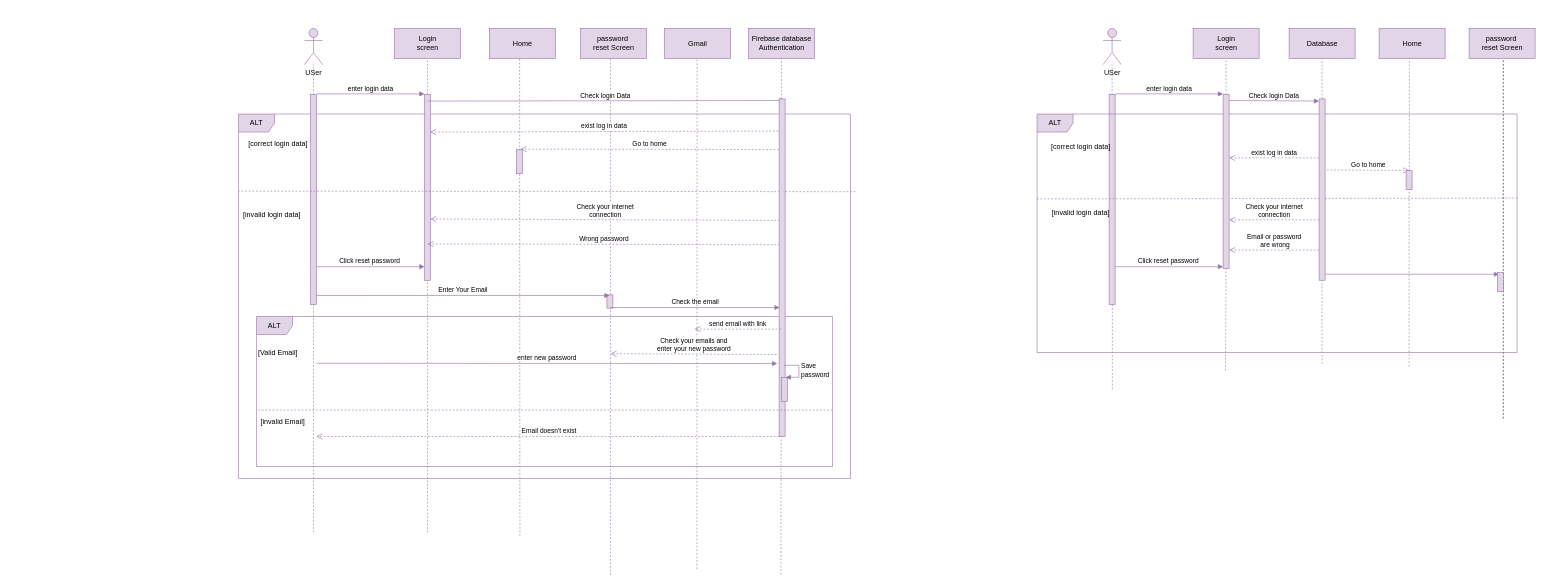
The draw.io diagram page "Page-2" (2 of 2) of seq_reg.drawio in it-sCats/Fluke, before the edit. Source tidied: cells renumbered, new cells numbered last; positions are measured from the earlier drawing's top-left corner, leaving out a move shared by most shapes. Both pictures are drawn from the tidied source at 60%, with x=0, y=0 at pixel (238, 28).
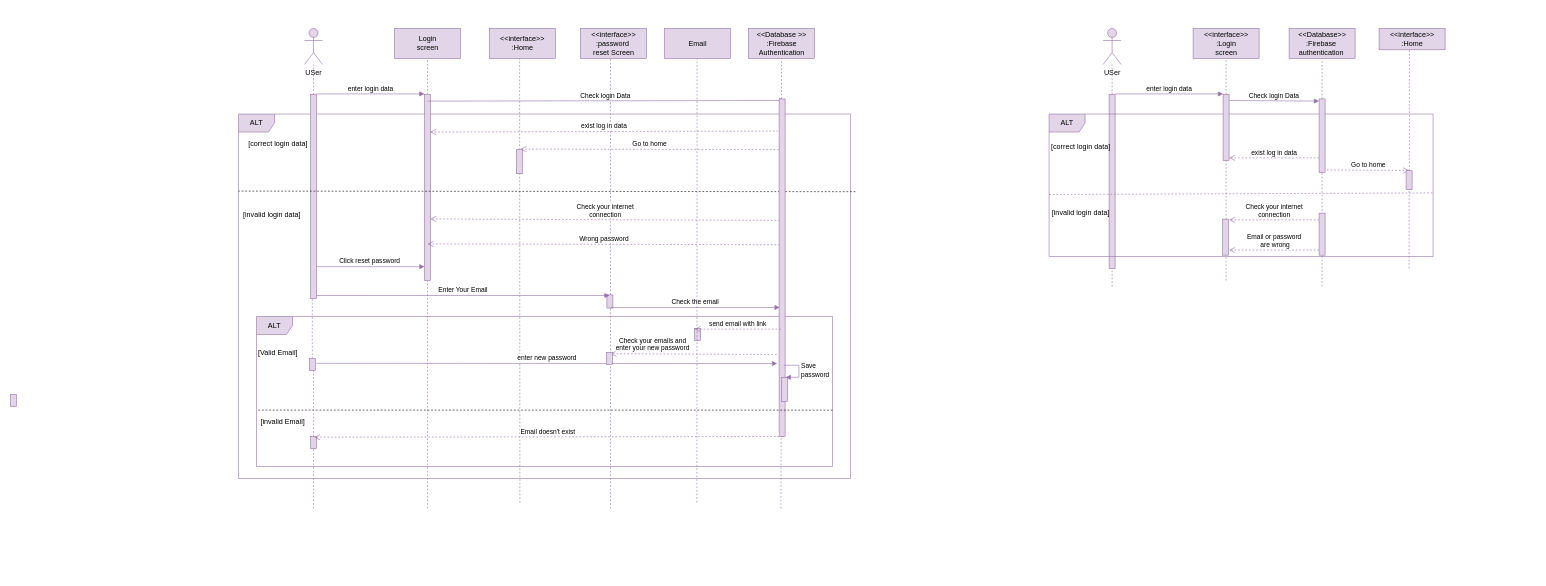
After the change.

The change refers to these unchanged cells:
```xml
<mxCell id="3" value="ALT" style="shape=umlFrame;whiteSpace=wrap;html=1;fillColor=#e1d5e7;strokeColor=#9673a6;" parent="1" vertex="1">
  <mxGeometry y="142.6" width="1020" height="607.4" as="geometry" />
</mxCell>
<mxCell id="15" style="group;" parent="1" vertex="1">
  <mxGeometry x="1471" y="130" width="660" height="410" as="geometry" />
</mxCell>
<mxCell id="21" style="html=1;points=[];perimeter=orthogonalPerimeter;fillColor=#e1d5e7;strokeColor=#9673a6;" parent="15" vertex="1">
  <mxGeometry x="475" y="107" width="10" height="31.5" as="geometry" />
</mxCell>
<mxCell id="46" style="html=1;points=[];perimeter=orthogonalPerimeter;fillColor=#e1d5e7;strokeColor=#9673a6;" parent="1" vertex="1">
  <mxGeometry x="310" y="110" width="10" height="310" as="geometry" />
</mxCell>
<mxCell id="64" style="html=1;points=[];perimeter=orthogonalPerimeter;fillColor=#e1d5e7;strokeColor=#9673a6;" parent="1" vertex="1">
  <mxGeometry x="614" y="444" width="10" height="22" as="geometry" />
</mxCell>
<mxCell id="68" style="group;" parent="1" vertex="1">
  <mxGeometry x="710" width="110" height="521" as="geometry" />
</mxCell>
```

What changed in the source:
```diff
@@
+    <mxCell id="81" style="rounded=0;whiteSpace=wrap;html=1;strokeColor=none;" parent="1" vertex="1">
+      <mxGeometry x="-20" y="-30" width="1060" height="840" as="geometry" />
+    </mxCell>
+    <mxCell id="82" style="html=1;perimeter=orthogonalPerimeter;fillColor=#e1d5e7;strokeColor=#9673a6;" parent="1" vertex="1">
+      <mxGeometry x="760" y="500" width="10" height="20" as="geometry" />
+    </mxCell>
@@
-    <mxCell id="5" value="Login&lt;br&gt;screen" style="html=1;fillColor=#e1d5e7;strokeColor=#9673a6;" parent="1" vertex="1">
+    <mxCell id="5" value="&amp;lt;&amp;lt;interface&amp;gt;&amp;gt;&lt;br&gt;:Login&lt;br&gt;screen" style="html=1;fillColor=#e1d5e7;strokeColor=#9673a6;" parent="1" vertex="1">
       <mxGeometry x="1591" width="110" height="50" as="geometry" />
     </mxCell>
@@
     <mxCell id="7" style="html=1;points=[];perimeter=orthogonalPerimeter;fillColor=#e1d5e7;strokeColor=#9673a6;" parent="1" vertex="1">
-      <mxGeometry x="1451" y="110" width="10" height="350" as="geometry" />
+      <mxGeometry x="1451" y="110" width="10" height="290" as="geometry" />
     </mxCell>
     <mxCell id="8" style="endArrow=none;dashed=1;html=1;fillColor=#e1d5e7;strokeColor=#9673a6;" parent="1" edge="1" target="7">
       <mxGeometry relative="1" as="geometry">
-        <mxPoint x="1456.4" y="601" as="sourcePoint" />
+        <mxPoint x="1456" y="430" as="sourcePoint" />
       </mxGeometry>
     </mxCell>
@@
-    <mxCell id="10" value="Database" style="html=1;fillColor=#e1d5e7;strokeColor=#9673a6;" parent="1" vertex="1">
+    <mxCell id="10" value="&amp;lt;&amp;lt;Database&amp;gt;&amp;gt;&lt;br&gt;:Firebase&amp;nbsp;&lt;br&gt;authentication&amp;nbsp;" style="html=1;fillColor=#e1d5e7;strokeColor=#9673a6;" parent="1" vertex="1">
       <mxGeometry x="1751" width="110" height="50" as="geometry" />
     </mxCell>
@@
     <mxCell id="12" style="endArrow=none;dashed=1;html=1;fillColor=#e1d5e7;strokeColor=#9673a6;entryX=0.5;entryY=1;entryDx=0;entryDy=0;" parent="1" edge="1" target="30">
       <mxGeometry relative="1" as="geometry">
-        <mxPoint x="1645" y="570" as="sourcePoint" />
+        <mxPoint x="1646" y="420" as="sourcePoint" />
       </mxGeometry>
     </mxCell>
     <mxCell id="13" style="endArrow=none;dashed=1;html=1;fillColor=#e1d5e7;strokeColor=#9673a6;entryX=0.5;entryY=1;entryDx=0;entryDy=0;" parent="1" edge="1" target="22">
       <mxGeometry relative="1" as="geometry">
-        <mxPoint x="1806" y="559" as="sourcePoint" />
+        <mxPoint x="1806" y="430" as="sourcePoint" />
       </mxGeometry>
     </mxCell>
@@
-    <mxCell id="16" style="endArrow=none;dashed=1;html=1;" parent="15" edge="1">
-      <mxGeometry relative="1" as="geometry">
-        <mxPoint x="637" y="520" as="sourcePoint" />
-        <mxPoint x="637" y="-80" as="targetPoint" />
-      </mxGeometry>
-    </mxCell>
     <mxCell id="17" value="ALT" style="shape=umlFrame;whiteSpace=wrap;html=1;fillColor=#e1d5e7;strokeColor=#9673a6;" parent="15" vertex="1">
-      <mxGeometry x="-140" y="12.6" width="800" height="397.4" as="geometry" />
+      <mxGeometry x="-120" y="12.6" width="640" height="237.4" as="geometry" />
     </mxCell>
-    <mxCell id="18" style="endArrow=none;dashed=1;html=1;entryX=-0.001;entryY=0.356;entryDx=0;entryDy=0;entryPerimeter=0;fillColor=#e1d5e7;strokeColor=#9673a6;exitX=1.001;exitY=0.493;exitDx=0;exitDy=0;exitPerimeter=0;" parent="15" edge="1" target="17">
+    <mxCell id="18" style="endArrow=none;dashed=1;html=1;fillColor=#e1d5e7;strokeColor=#9673a6;entryX=-0.004;entryY=0.565;entryDx=0;entryDy=0;entryPerimeter=0;" parent="15" edge="1" target="17">
       <mxGeometry relative="1" as="geometry">
-        <mxPoint x="660.7" y="152.6" as="sourcePoint" />
+        <mxPoint x="519" y="144" as="sourcePoint" />
       </mxGeometry>
     </mxCell>
@@
     <mxCell id="22" style="html=1;points=[];perimeter=orthogonalPerimeter;fillColor=#e1d5e7;strokeColor=#9673a6;" parent="15" vertex="1">
-      <mxGeometry x="330" y="-12.6" width="10" height="302.2" as="geometry" />
+      <mxGeometry x="330" y="-12.6" width="10" height="122.6" as="geometry" />
     </mxCell>
@@
-    <mxCell id="24" style="html=1;verticalAlign=bottom;endArrow=block;fillColor=#e1d5e7;strokeColor=#9673a6;" parent="15" edge="1">
-      <mxGeometry x="120" y="380.3" as="geometry">
-        <mxPoint x="340" y="279.6" as="sourcePoint" />
-        <mxPoint x="630" y="279.6" as="targetPoint" />
-      </mxGeometry>
-    </mxCell>
-    <mxCell id="25" value="Click reset password&amp;nbsp;" style="html=1;verticalAlign=bottom;endArrow=block;fillColor=#e1d5e7;strokeColor=#9673a6;" parent="15" edge="1">
-      <mxGeometry relative="1" as="geometry">
-        <mxPoint x="-10" y="267" as="sourcePoint" />
-        <mxPoint x="170" y="267" as="targetPoint" />
-      </mxGeometry>
-    </mxCell>
@@
-    <mxCell id="27" style="html=1;perimeter=orthogonalPerimeter;fillColor=#e1d5e7;strokeColor=#9673a6;" parent="15" vertex="1">
-      <mxGeometry x="627" y="277" width="10" height="31.5" as="geometry" />
-    </mxCell>
@@
+    <mxCell id="83" style="html=1;perimeter=orthogonalPerimeter;fillColor=#e1d5e7;strokeColor=#9673a6;" parent="15" vertex="1">
+      <mxGeometry x="169" y="187.8" width="10" height="60" as="geometry" />
+    </mxCell>
+    <mxCell id="84" style="html=1;perimeter=orthogonalPerimeter;fillColor=#e1d5e7;strokeColor=#9673a6;" parent="15" vertex="1">
+      <mxGeometry x="330" y="177.8" width="10" height="70" as="geometry" />
+    </mxCell>
     <mxCell id="30" style="html=1;points=[];perimeter=orthogonalPerimeter;fillColor=#e1d5e7;strokeColor=#9673a6;" parent="1" vertex="1">
-      <mxGeometry x="1641" y="110" width="10" height="290" as="geometry" />
+      <mxGeometry x="1641" y="110" width="10" height="110" as="geometry" />
     </mxCell>
@@
-    <mxCell id="32" style="group;" parent="1" vertex="1">
-      <mxGeometry x="2051" width="110" height="563.3" as="geometry" />
-    </mxCell>
-    <mxCell id="33" value="password&amp;nbsp;&lt;br&gt;reset Screen" style="html=1;fillColor=#e1d5e7;strokeColor=#9673a6;" parent="32" vertex="1">
-      <mxGeometry width="110" height="50" as="geometry" />
-    </mxCell>
     <mxCell id="34" style="group;" parent="1" vertex="1">
-      <mxGeometry x="1901" width="110" height="563.3" as="geometry" />
+      <mxGeometry x="1901" width="110" height="400" as="geometry" />
     </mxCell>
-    <mxCell id="35" value="Home" style="html=1;fillColor=#e1d5e7;strokeColor=#9673a6;" parent="34" vertex="1">
-      <mxGeometry width="110" height="50" as="geometry" />
+    <mxCell id="35" value="&amp;lt;&amp;lt;interface&amp;gt;&amp;gt;&lt;br&gt;:Home" style="html=1;fillColor=#e1d5e7;strokeColor=#9673a6;" parent="34" vertex="1">
+      <mxGeometry width="110" height="35.5" as="geometry" />
     </mxCell>
     <mxCell id="36" style="endArrow=none;dashed=1;html=1;fillColor=#e1d5e7;strokeColor=#9673a6;entryX=0.5;entryY=1;entryDx=0;entryDy=0;" parent="34" edge="1" source="21">
       <mxGeometry relative="1" as="geometry">
-        <mxPoint x="50.5" y="50" as="targetPoint" />
+        <mxPoint x="50.5" y="35.5" as="targetPoint" />
       </mxGeometry>
     </mxCell>
     <mxCell id="37" style="endArrow=none;dashed=1;html=1;fillColor=#e1d5e7;strokeColor=#9673a6;entryX=0.5;entryY=1;entryDx=0;entryDy=0;" parent="34" edge="1" target="21">
       <mxGeometry relative="1" as="geometry">
-        <mxPoint x="50" y="563.3" as="sourcePoint" />
+        <mxPoint x="50" y="400" as="sourcePoint" />
       </mxGeometry>
     </mxCell>
@@
     <mxCell id="41" style="html=1;points=[];perimeter=orthogonalPerimeter;fillColor=#e1d5e7;strokeColor=#9673a6;" parent="1" vertex="1">
-      <mxGeometry x="120" y="110" width="10" height="350" as="geometry" />
+      <mxGeometry x="120" y="110" width="10" height="340" as="geometry" />
     </mxCell>
-    <mxCell id="42" style="endArrow=none;dashed=1;html=1;fillColor=#e1d5e7;strokeColor=#9673a6;" parent="1" edge="1" target="41">
-      <mxGeometry relative="1" as="geometry">
-        <mxPoint x="125" y="840" as="sourcePoint" />
-      </mxGeometry>
+    <mxCell id="42" style="endArrow=none;dashed=1;html=1;fillColor=#e1d5e7;strokeColor=#9673a6;" parent="1" edge="1" source="87" target="41">
+      <mxGeometry relative="1" as="geometry" />
     </mxCell>
@@
     <mxCell id="44" style="endArrow=none;dashed=1;html=1;fillColor=#e1d5e7;strokeColor=#9673a6;entryX=0.5;entryY=1;entryDx=0;entryDy=0;" parent="1" edge="1" target="46">
       <mxGeometry relative="1" as="geometry">
-        <mxPoint x="315" y="840" as="sourcePoint" />
+        <mxPoint x="315" y="800" as="sourcePoint" />
       </mxGeometry>
     </mxCell>
@@
-    <mxCell id="48" value="Home" style="html=1;fillColor=#e1d5e7;strokeColor=#9673a6;" parent="1" vertex="1">
+    <mxCell id="48" value="&amp;lt;&amp;lt;interface&amp;gt;&amp;gt;&lt;br&gt;:Home" style="html=1;fillColor=#e1d5e7;strokeColor=#9673a6;" parent="1" vertex="1">
       <mxGeometry x="418" width="110" height="50" as="geometry" />
     </mxCell>
     <mxCell id="49" style="endArrow=none;dashed=1;html=1;fillColor=#e1d5e7;strokeColor=#9673a6;entryX=0.5;entryY=1;entryDx=0;entryDy=0;" parent="1" edge="1">
       <mxGeometry x="-572" y="120" as="geometry">
-        <mxPoint x="469" y="845.7" as="sourcePoint" />
+        <mxPoint x="469" y="790" as="sourcePoint" />
         <mxPoint x="468.5" y="50" as="targetPoint" />
       </mxGeometry>
     </mxCell>
-    <mxCell id="50" value="password&amp;nbsp;&lt;br&gt;reset Screen" style="html=1;fillColor=#e1d5e7;strokeColor=#9673a6;" parent="1" vertex="1">
+    <mxCell id="50" value="&amp;lt;&amp;lt;interface&amp;gt;&amp;gt;&lt;br&gt;:password&amp;nbsp;&lt;br&gt;reset Screen" style="html=1;fillColor=#e1d5e7;strokeColor=#9673a6;" parent="1" vertex="1">
       <mxGeometry x="570" width="110" height="50" as="geometry" />
     </mxCell>
@@
-    <mxCell id="52" value="Firebase database&lt;br&gt;&amp;nbsp;Authentication&amp;nbsp;" style="html=1;fillColor=#e1d5e7;strokeColor=#9673a6;" parent="1" vertex="1">
+    <mxCell id="52" value="&amp;lt;&amp;lt;Database &amp;gt;&amp;gt;&lt;br&gt;:Firebase&lt;br&gt;&amp;nbsp;Authentication&amp;nbsp;" style="html=1;fillColor=#e1d5e7;strokeColor=#9673a6;" parent="1" vertex="1">
       <mxGeometry x="850" width="110" height="50" as="geometry" />
     </mxCell>
     <mxCell id="53" style="endArrow=none;dashed=1;html=1;fillColor=#e1d5e7;strokeColor=#9673a6;entryX=0.343;entryY=1.003;entryDx=0;entryDy=0;entryPerimeter=0;" parent="1" edge="1">
       <mxGeometry x="-348" y="120" as="geometry">
-        <mxPoint x="904" y="910" as="sourcePoint" />
+        <mxPoint x="904" y="800" as="sourcePoint" />
         <mxPoint x="904.4" y="681.7" as="targetPoint" />
       </mxGeometry>
     </mxCell>
@@
-    <mxCell id="63" style="endArrow=none;dashed=1;html=1;fillColor=#e1d5e7;strokeColor=#9673a6;exitX=1.008;exitY=0.213;exitDx=0;exitDy=0;exitPerimeter=0;" parent="1" edge="1" source="3">
+    <mxCell id="63" style="endArrow=none;dashed=1;html=1;fillColor=#e1d5e7;exitX=1.008;exitY=0.213;exitDx=0;exitDy=0;exitPerimeter=0;" parent="1" edge="1" source="3">
       <mxGeometry relative="1" as="geometry">
         <mxPoint y="271" as="targetPoint" />
       </mxGeometry>
     </mxCell>
@@
     <mxCell id="65" style="endArrow=none;dashed=1;html=1;fillColor=#e1d5e7;strokeColor=#9673a6;" parent="1" edge="1" target="64">
       <mxGeometry x="-1007" y="250" as="geometry">
-        <mxPoint x="620" y="911" as="sourcePoint" />
+        <mxPoint x="620" y="800" as="sourcePoint" />
       </mxGeometry>
     </mxCell>
@@
-    <mxCell id="69" value="&amp;nbsp;Gmail&amp;nbsp;" style="html=1;fillColor=#e1d5e7;strokeColor=#9673a6;" parent="68" vertex="1">
+    <mxCell id="69" value="Email" style="html=1;fillColor=#e1d5e7;strokeColor=#9673a6;" parent="68" vertex="1">
       <mxGeometry width="110" height="50" as="geometry" />
     </mxCell>
     <mxCell id="70" style="endArrow=none;dashed=1;html=1;fillColor=#e1d5e7;strokeColor=#9673a6;" parent="68" edge="1">
       <mxGeometry relative="1" as="geometry">
-        <mxPoint x="54" y="901" as="sourcePoint" />
+        <mxPoint x="54" y="790" as="sourcePoint" />
         <mxPoint x="54.3" y="50" as="targetPoint" />
       </mxGeometry>
     </mxCell>
@@
-    <mxCell id="75" style="endArrow=none;dashed=1;html=1;fillColor=#e1d5e7;strokeColor=#9673a6;exitX=1;exitY=0.355;exitDx=0;exitDy=0;exitPerimeter=0;" parent="1" edge="1">
+    <mxCell id="75" style="endArrow=none;dashed=1;html=1;fillColor=#e1d5e7;exitX=1;exitY=0.355;exitDx=0;exitDy=0;exitPerimeter=0;" parent="1" edge="1">
       <mxGeometry relative="1" as="geometry">
         <mxPoint x="990" y="636.1" as="sourcePoint" />
         <mxPoint x="30" y="636" as="targetPoint" />
       </mxGeometry>
     </mxCell>
@@
+    <mxCell id="80" value="Check your emails and&lt;br&gt;enter your new password" style="html=1;verticalAlign=bottom;endArrow=open;dashed=1;endSize=8;fillColor=#e1d5e7;strokeColor=#9673a6;exitX=0.108;exitY=0.432;exitDx=0;exitDy=0;exitPerimeter=0;" parent="1" edge="1">
+      <mxGeometry as="geometry">
+        <mxPoint x="897.1" y="543.4" as="sourcePoint" />
+        <mxPoint x="620" y="542" as="targetPoint" />
+        <mxPoint x="-69" y="-1" as="offset" />
+      </mxGeometry>
+    </mxCell>
+    <mxCell id="85" style="html=1;perimeter=orthogonalPerimeter;fillColor=#e1d5e7;strokeColor=#9673a6;" parent="1" vertex="1">
+      <mxGeometry x="-380" y="610" width="10" height="20" as="geometry" />
+    </mxCell>
+    <mxCell id="86" style="html=1;perimeter=orthogonalPerimeter;fillColor=#e1d5e7;strokeColor=#9673a6;" parent="1" vertex="1">
+      <mxGeometry x="613" y="540" width="10" height="20" as="geometry" />
+    </mxCell>
+    <mxCell id="87" style="html=1;points=[];perimeter=orthogonalPerimeter;fillColor=#e1d5e7;strokeColor=#9673a6;" parent="1" vertex="1">
+      <mxGeometry x="118" y="550" width="10" height="20" as="geometry" />
+    </mxCell>
+    <mxCell id="88" style="endArrow=none;dashed=1;html=1;fillColor=#e1d5e7;strokeColor=#9673a6;" parent="1" edge="1" target="87">
+      <mxGeometry relative="1" as="geometry">
+        <mxPoint x="125" y="800" as="sourcePoint" />
+      </mxGeometry>
+    </mxCell>
+    <mxCell id="89" style="html=1;points=[];perimeter=orthogonalPerimeter;fillColor=#e1d5e7;strokeColor=#9673a6;" parent="1" vertex="1">
+      <mxGeometry x="120" y="680" width="10" height="20" as="geometry" />
+    </mxCell>
-    <mxCell id="79" value="Email doesn't exist&amp;nbsp;" style="html=1;verticalAlign=bottom;endArrow=open;dashed=1;endSize=8;fillColor=#e1d5e7;strokeColor=#9673a6;exitX=0.108;exitY=0.432;exitDx=0;exitDy=0;exitPerimeter=0;" parent="1" edge="1">
+    <mxCell id="79" value="Email doesn't exist&amp;nbsp;" style="html=1;verticalAlign=bottom;endArrow=open;dashed=1;endSize=8;fillColor=#e1d5e7;strokeColor=#9673a6;exitX=0.108;exitY=0.432;exitDx=0;exitDy=0;exitPerimeter=0;entryX=0.598;entryY=0.057;entryDx=0;entryDy=0;entryPerimeter=0;" parent="1" edge="1" target="89">
       <mxGeometry x="-405" y="937.3" as="geometry">
         <mxPoint x="907.1" y="680" as="sourcePoint" />
-        <mxPoint x="130" y="680" as="targetPoint" />
       </mxGeometry>
     </mxCell>
-    <mxCell id="80" value="Check your emails and&lt;br&gt;enter your new password" style="html=1;verticalAlign=bottom;endArrow=open;dashed=1;endSize=8;fillColor=#e1d5e7;strokeColor=#9673a6;exitX=0.108;exitY=0.432;exitDx=0;exitDy=0;exitPerimeter=0;" parent="1" edge="1">
-      <mxGeometry x="-415" y="800.8" as="geometry">
-        <mxPoint x="897.1" y="543.4" as="sourcePoint" />
-        <mxPoint x="620" y="542" as="targetPoint" />
-      </mxGeometry>
-    </mxCell>
```
